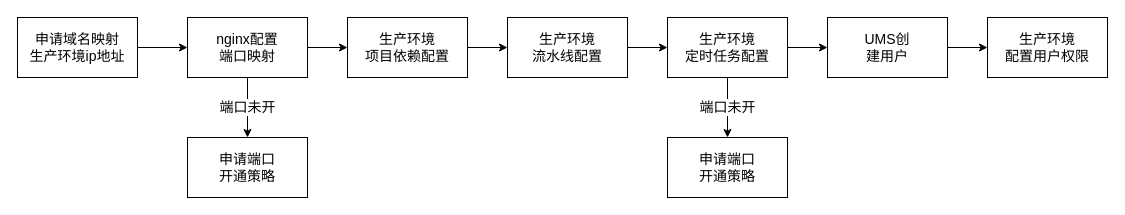
This is prdflow.drawio from liugangjian/draw.io, a draw.io file, before an edit. Source tidied: cells renumbered, new cells numbered last; positions are measured from the earlier drawing's top-left corner, leaving out a move shared by most shapes. Both pictures are drawn from the tidied source at 100%, with x=0, y=0 at pixel (17, 17).
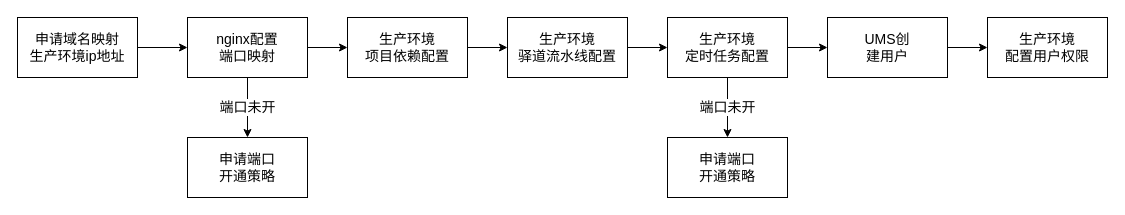
The same diagram, later.

Diff of the diagram source:
```diff
@@
 <mxGraphModel>
   <root>
     <mxCell id="0" />
     <mxCell id="1" parent="0" />
     <mxCell id="2" style="edgeStyle=orthogonalEdgeStyle;rounded=0;jettySize=auto;html=1;exitX=1;exitY=0.5;exitDx=0;exitDy=0;entryX=0;entryY=0.5;entryDx=0;entryDy=0;fontSize=14;" parent="1" edge="1" source="3" target="8">
       <mxGeometry relative="1" as="geometry" />
     </mxCell>
-    <mxCell id="3" value="生产环境&lt;br style=&quot;font-size: 14px;&quot;&gt;流水线配置" style="rounded=0;whiteSpace=wrap;html=1;fontSize=14;fontStyle=0;" parent="1" vertex="1">
+    <mxCell id="3" value="生产环境&lt;br style=&quot;font-size: 14px&quot;&gt;驿道流水线配置" style="rounded=0;whiteSpace=wrap;html=1;fontSize=14;fontStyle=0;" parent="1" vertex="1">
       <mxGeometry x="490" width="120" height="60" as="geometry" />
     </mxCell>
     <mxCell id="4" style="edgeStyle=orthogonalEdgeStyle;rounded=0;jettySize=auto;html=1;exitX=1;exitY=0.5;exitDx=0;exitDy=0;entryX=0;entryY=0.5;entryDx=0;entryDy=0;fontSize=14;" parent="1" edge="1" source="5" target="3">
       <mxGeometry relative="1" as="geometry" />
     </mxCell>
     <mxCell id="5" value="生产环境&lt;br&gt;项目依赖配置" style="rounded=0;whiteSpace=wrap;html=1;fontSize=14;" parent="1" vertex="1">
       <mxGeometry x="330" width="120" height="60" as="geometry" />
     </mxCell>
     <mxCell id="6" value="端口未开" style="edgeStyle=orthogonalEdgeStyle;rounded=0;jettySize=auto;html=1;exitX=0.5;exitY=1;exitDx=0;exitDy=0;entryX=0.5;entryY=0;entryDx=0;entryDy=0;fontSize=14;" parent="1" edge="1" source="8" target="14">
       <mxGeometry relative="1" as="geometry" />
     </mxCell>
     <mxCell id="7" style="edgeStyle=orthogonalEdgeStyle;rounded=0;jettySize=auto;html=1;exitX=1;exitY=0.5;exitDx=0;exitDy=0;entryX=0;entryY=0.5;entryDx=0;entryDy=0;fontSize=14;" parent="1" edge="1" source="8" target="10">
       <mxGeometry relative="1" as="geometry" />
     </mxCell>
     <mxCell id="8" value="生产环境&lt;br&gt;定时任务配置" style="rounded=0;whiteSpace=wrap;html=1;fontSize=14;" parent="1" vertex="1">
       <mxGeometry x="650" width="120" height="60" as="geometry" />
     </mxCell>
     <mxCell id="9" style="edgeStyle=orthogonalEdgeStyle;rounded=0;jettySize=auto;html=1;exitX=1;exitY=0.5;exitDx=0;exitDy=0;entryX=0;entryY=0.5;entryDx=0;entryDy=0;fontSize=14;" parent="1" edge="1" source="10" target="11">
       <mxGeometry relative="1" as="geometry" />
     </mxCell>
     <mxCell id="10" value="UMS创&lt;br&gt;建用户" style="rounded=0;whiteSpace=wrap;html=1;fontSize=14;" parent="1" vertex="1">
       <mxGeometry x="810" width="120" height="60" as="geometry" />
     </mxCell>
     <mxCell id="11" value="生产环境&lt;br&gt;配置用户权限" style="rounded=0;whiteSpace=wrap;html=1;fontSize=14;" parent="1" vertex="1">
       <mxGeometry x="970" width="120" height="60" as="geometry" />
     </mxCell>
     <mxCell id="12" style="edgeStyle=orthogonalEdgeStyle;rounded=0;jettySize=auto;html=1;exitX=1;exitY=0.5;exitDx=0;exitDy=0;fontSize=14;" parent="1" edge="1" source="13" target="17">
       <mxGeometry relative="1" as="geometry" />
     </mxCell>
     <mxCell id="13" value="申请域名映射&lt;br&gt;生产环境ip地址" style="rounded=0;whiteSpace=wrap;html=1;fontSize=14;" parent="1" vertex="1">
       <mxGeometry width="120" height="60" as="geometry" />
     </mxCell>
     <mxCell id="14" value="申请端口&lt;br&gt;开通策略" style="rounded=0;whiteSpace=wrap;html=1;fontSize=14;" parent="1" vertex="1">
       <mxGeometry x="650" y="120" width="120" height="60" as="geometry" />
     </mxCell>
     <mxCell id="15" value="端口未开" style="edgeStyle=orthogonalEdgeStyle;rounded=0;jettySize=auto;html=1;exitX=0.5;exitY=1;exitDx=0;exitDy=0;entryX=0.5;entryY=0;entryDx=0;entryDy=0;fontSize=14;" parent="1" edge="1" source="17" target="18">
       <mxGeometry relative="1" as="geometry" />
     </mxCell>
     <mxCell id="16" style="edgeStyle=orthogonalEdgeStyle;rounded=0;jettySize=auto;html=1;exitX=1;exitY=0.5;exitDx=0;exitDy=0;entryX=0;entryY=0.5;entryDx=0;entryDy=0;fontSize=14;" parent="1" edge="1" source="17" target="5">
       <mxGeometry relative="1" as="geometry" />
     </mxCell>
     <mxCell id="17" value="nginx配置&lt;br&gt;端口映射" style="rounded=0;whiteSpace=wrap;html=1;fontSize=14;" parent="1" vertex="1">
       <mxGeometry x="170" width="120" height="60" as="geometry" />
     </mxCell>
     <mxCell id="18" value="申请端口&lt;br&gt;开通策略" style="rounded=0;whiteSpace=wrap;html=1;fontSize=14;" parent="1" vertex="1">
       <mxGeometry x="170" y="120" width="120" height="60" as="geometry" />
     </mxCell>
   </root>
 </mxGraphModel>
```
